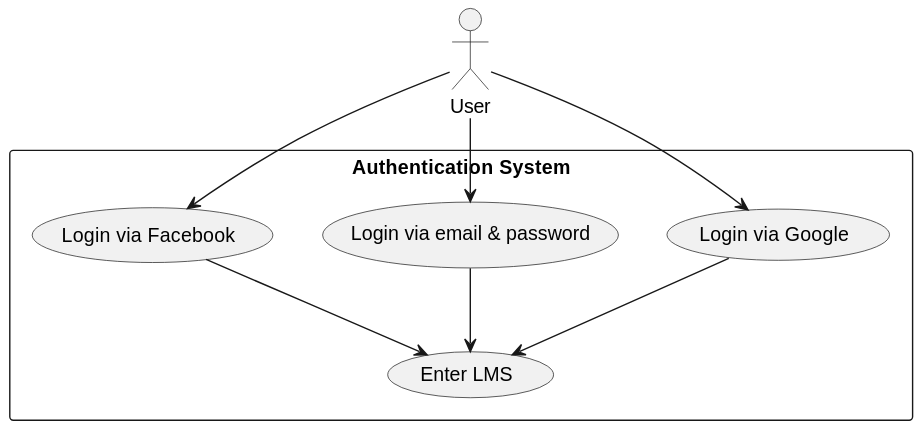
Before: Docs/Architecture_files/Phase_1/assets/OAuthLoginFlow/UseCaseDiagram.svg, a diagram exported from PlantUML (MaximeSchuybroeck/ARQSOFT_August).
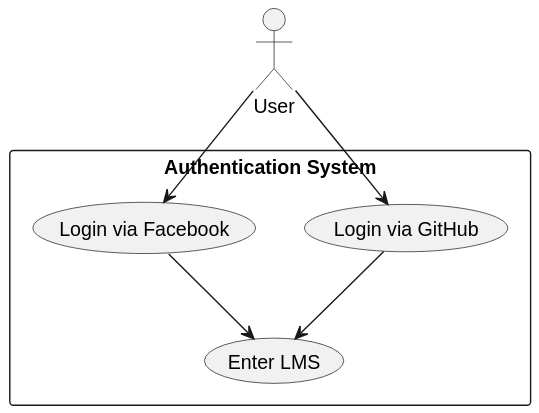
After the commit.

Change to the diagram source:
```diff
@@ -2,8 +2,7 @@
 actor User
 
 rectangle "Authentication System" {
-  usecase "Login via Google" as UC1
-  usecase "Login via email & password" as UC7
+  usecase "Login via GitHub" as UC1
   usecase "Login via Facebook" as UC2
   usecase "Enter LMS" as UC3
 
@@ -11,8 +10,6 @@
 
 User --> UC1
 User --> UC2
-User --> UC7
-UC7 --> UC3
 UC1 --> UC3
 UC2 --> UC3
 @enduml
```
